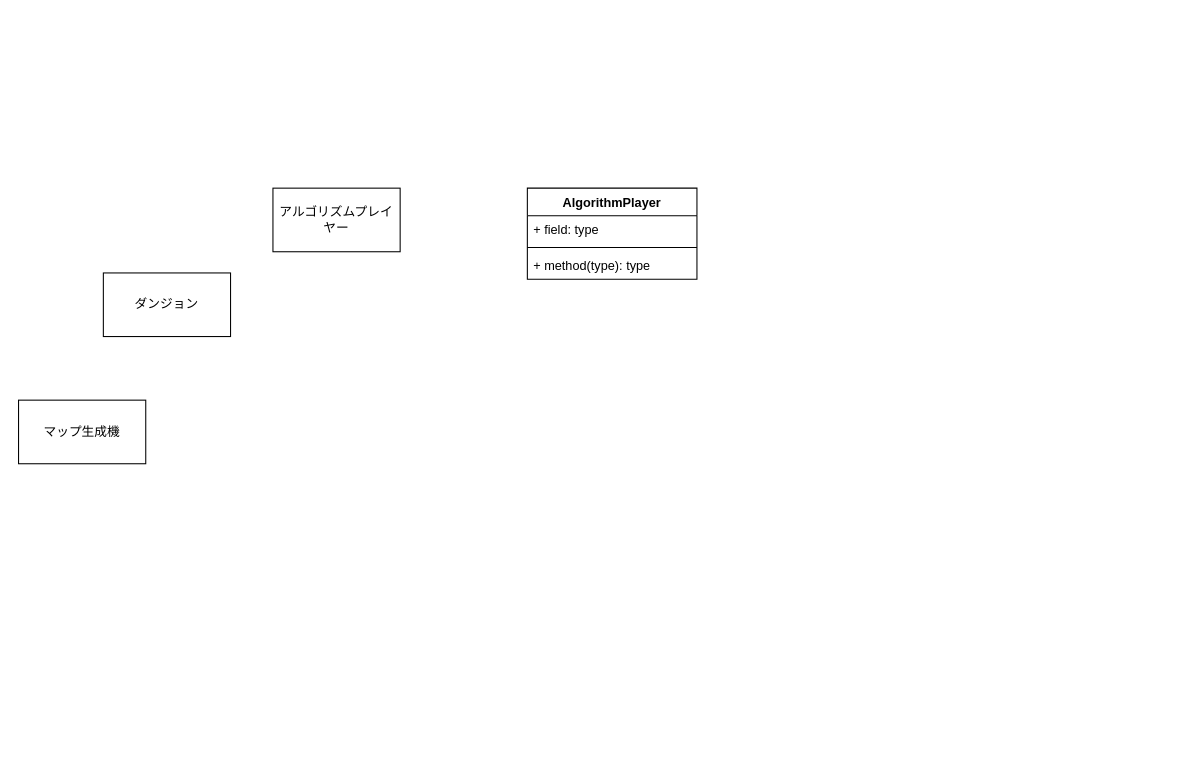
The draw.io diagram doc/アルゴシミュ仕様設計.drawio in 3doriTea/ExploringAlgorithms, before the edit. Source tidied: cells renumbered, new cells numbered last; positions are measured from the earlier drawing's top-left corner, leaving out a move shared by most shapes. Both pictures are drawn from the tidied source at 106%, with x=0, y=0 at pixel (18, 188).
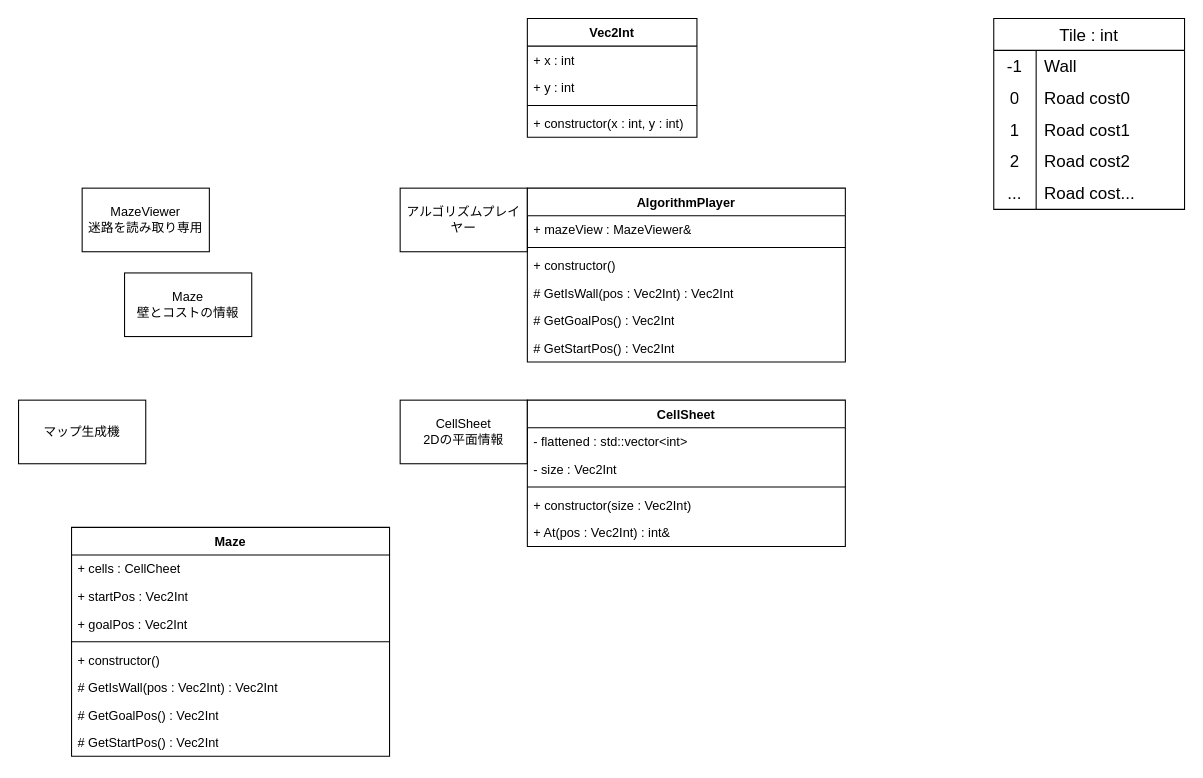
The same diagram, later.

Commit message (it also covers changes not shown here):
アルゴシミュ仕様設計.drawio を更新します

What changed in the source:
```diff
@@
     <mxCell id="2" value="アルゴリズムプレイヤー" style="rounded=0;whiteSpace=wrap;html=1;" parent="1" vertex="1">
-      <mxGeometry x="240" width="120" height="60" as="geometry" />
+      <mxGeometry x="360" width="120" height="60" as="geometry" />
     </mxCell>
     <mxCell id="3" value="AlgorithmPlayer" style="swimlane;fontStyle=1;align=center;verticalAlign=top;horizontal=1;startSize=26;whiteSpace=wrap;html=1;" parent="1" vertex="1">
-      <mxGeometry x="480" width="160" height="86" as="geometry" />
+      <mxGeometry x="480" width="300" height="164" as="geometry" />
     </mxCell>
-    <mxCell id="4" value="+ field: type" style="text;strokeColor=none;fillColor=none;align=left;verticalAlign=top;spacingLeft=4;spacingRight=4;overflow=hidden;whiteSpace=wrap;html=1;" parent="3" vertex="1">
-      <mxGeometry y="26" width="160" height="26" as="geometry" />
+    <mxCell id="4" value="+ mazeView : MazeViewer&amp;amp;" style="text;strokeColor=none;fillColor=none;align=left;verticalAlign=top;spacingLeft=4;spacingRight=4;overflow=hidden;whiteSpace=wrap;html=1;" parent="3" vertex="1">
+      <mxGeometry y="26" width="300" height="26" as="geometry" />
     </mxCell>
     <mxCell id="5" style="line;strokeWidth=1;fillColor=none;align=left;verticalAlign=middle;spacingTop=-1;spacingLeft=3;spacingRight=3;labelPosition=right;strokeColor=inherit;" parent="3" vertex="1">
-      <mxGeometry y="52" width="160" height="8" as="geometry" />
+      <mxGeometry y="52" width="300" height="8" as="geometry" />
     </mxCell>
-    <mxCell id="6" value="+ method(type): type" style="text;strokeColor=none;fillColor=none;align=left;verticalAlign=top;spacingLeft=4;spacingRight=4;overflow=hidden;whiteSpace=wrap;html=1;" parent="3" vertex="1">
-      <mxGeometry y="60" width="160" height="26" as="geometry" />
+    <mxCell id="6" value="+ constructor()" style="text;strokeColor=none;fillColor=none;align=left;verticalAlign=top;spacingLeft=4;spacingRight=4;overflow=hidden;whiteSpace=wrap;html=1;" parent="3" vertex="1">
+      <mxGeometry y="60" width="300" height="26" as="geometry" />
     </mxCell>
+    <mxCell id="9" value="# GetIsWall(pos : Vec2Int) : Vec2Int" style="text;strokeColor=none;fillColor=none;align=left;verticalAlign=top;spacingLeft=4;spacingRight=4;overflow=hidden;whiteSpace=wrap;html=1;" parent="3" vertex="1">
+      <mxGeometry y="86" width="300" height="26" as="geometry" />
+    </mxCell>
+    <mxCell id="10" value="# GetGoalPos() : Vec2Int" style="text;strokeColor=none;fillColor=none;align=left;verticalAlign=top;spacingLeft=4;spacingRight=4;overflow=hidden;whiteSpace=wrap;html=1;" parent="3" vertex="1">
+      <mxGeometry y="112" width="300" height="26" as="geometry" />
+    </mxCell>
+    <mxCell id="11" value="# GetStartPos() : Vec2Int" style="text;strokeColor=none;fillColor=none;align=left;verticalAlign=top;spacingLeft=4;spacingRight=4;overflow=hidden;whiteSpace=wrap;html=1;" parent="3" vertex="1">
+      <mxGeometry y="138" width="300" height="26" as="geometry" />
+    </mxCell>
-    <mxCell id="7" value="ダンジョン" style="rounded=0;whiteSpace=wrap;html=1;" parent="1" vertex="1">
-      <mxGeometry x="80" y="80" width="120" height="60" as="geometry" />
+    <mxCell id="7" value="Maze&lt;div&gt;壁とコストの情報&lt;/div&gt;" style="rounded=0;whiteSpace=wrap;html=1;" parent="1" vertex="1">
+      <mxGeometry x="100" y="80" width="120" height="60" as="geometry" />
     </mxCell>
@@
+    <mxCell id="12" value="MazeViewer&lt;div&gt;迷路を読み取り専用&lt;/div&gt;" style="rounded=0;whiteSpace=wrap;html=1;" parent="1" vertex="1">
+      <mxGeometry x="60" width="120" height="60" as="geometry" />
+    </mxCell>
+    <mxCell id="13" value="CellSheet&lt;div&gt;2Dの平面情報&lt;/div&gt;" style="rounded=0;whiteSpace=wrap;html=1;" parent="1" vertex="1">
+      <mxGeometry x="360" y="200" width="120" height="60" as="geometry" />
+    </mxCell>
+    <mxCell id="14" value="CellSheet" style="swimlane;fontStyle=1;align=center;verticalAlign=top;horizontal=1;startSize=26;whiteSpace=wrap;html=1;" parent="1" vertex="1">
+      <mxGeometry x="480" y="200" width="300" height="138" as="geometry" />
+    </mxCell>
+    <mxCell id="15" value="- flattened : std::vector&amp;lt;int&amp;gt;" style="text;strokeColor=none;fillColor=none;align=left;verticalAlign=top;spacingLeft=4;spacingRight=4;overflow=hidden;whiteSpace=wrap;html=1;" parent="14" vertex="1">
+      <mxGeometry y="26" width="300" height="26" as="geometry" />
+    </mxCell>
+    <mxCell id="16" value="- size : Vec2Int" style="text;strokeColor=none;fillColor=none;align=left;verticalAlign=top;spacingLeft=4;spacingRight=4;overflow=hidden;whiteSpace=wrap;html=1;" parent="14" vertex="1">
+      <mxGeometry y="52" width="300" height="26" as="geometry" />
+    </mxCell>
+    <mxCell id="17" style="line;strokeWidth=1;fillColor=none;align=left;verticalAlign=middle;spacingTop=-1;spacingLeft=3;spacingRight=3;labelPosition=right;strokeColor=inherit;" parent="14" vertex="1">
+      <mxGeometry y="78" width="300" height="8" as="geometry" />
+    </mxCell>
+    <mxCell id="18" value="+ constructor(size : Vec2Int)" style="text;strokeColor=none;fillColor=none;align=left;verticalAlign=top;spacingLeft=4;spacingRight=4;overflow=hidden;whiteSpace=wrap;html=1;" parent="14" vertex="1">
+      <mxGeometry y="86" width="300" height="26" as="geometry" />
+    </mxCell>
+    <mxCell id="19" value="+ At(pos : Vec2Int) : int&amp;amp;" style="text;strokeColor=none;fillColor=none;align=left;verticalAlign=top;spacingLeft=4;spacingRight=4;overflow=hidden;whiteSpace=wrap;html=1;" parent="14" vertex="1">
+      <mxGeometry y="112" width="300" height="26" as="geometry" />
+    </mxCell>
+    <mxCell id="20" value="Vec2Int" style="swimlane;fontStyle=1;align=center;verticalAlign=top;horizontal=1;startSize=26;whiteSpace=wrap;html=1;" parent="1" vertex="1">
+      <mxGeometry x="480" y="-160" width="160" height="112" as="geometry" />
+    </mxCell>
+    <mxCell id="21" value="+ x : int" style="text;strokeColor=none;fillColor=none;align=left;verticalAlign=top;spacingLeft=4;spacingRight=4;overflow=hidden;whiteSpace=wrap;html=1;" parent="20" vertex="1">
+      <mxGeometry y="26" width="160" height="26" as="geometry" />
+    </mxCell>
+    <mxCell id="22" value="+ y : int" style="text;strokeColor=none;fillColor=none;align=left;verticalAlign=top;spacingLeft=4;spacingRight=4;overflow=hidden;whiteSpace=wrap;html=1;" parent="20" vertex="1">
+      <mxGeometry y="52" width="160" height="26" as="geometry" />
+    </mxCell>
+    <mxCell id="23" style="line;strokeWidth=1;fillColor=none;align=left;verticalAlign=middle;spacingTop=-1;spacingLeft=3;spacingRight=3;labelPosition=right;strokeColor=inherit;" parent="20" vertex="1">
+      <mxGeometry y="78" width="160" height="8" as="geometry" />
+    </mxCell>
+    <mxCell id="24" value="+ constructor(x : int, y : int)" style="text;strokeColor=none;fillColor=none;align=left;verticalAlign=top;spacingLeft=4;spacingRight=4;overflow=hidden;whiteSpace=wrap;html=1;" parent="20" vertex="1">
+      <mxGeometry y="86" width="160" height="26" as="geometry" />
+    </mxCell>
+    <mxCell id="25" value="Tile : int" style="shape=table;startSize=30;childLayout=tableLayout;rowLines=0;fontStyle=0;strokeColor=default;fontSize=16;" parent="1" vertex="1">
+      <mxGeometry x="920" y="-160" width="180" height="180" as="geometry" />
+    </mxCell>
+    <mxCell id="26" style="shape=tableRow;horizontal=0;startSize=0;swimlaneHead=0;swimlaneBody=0;top=0;left=0;bottom=0;right=0;fillColor=none;strokeColor=inherit;fontSize=16;" parent="25" vertex="1">
+      <mxGeometry y="30" width="180" height="30" as="geometry" />
+    </mxCell>
+    <mxCell id="27" value="-1" style="shape=partialRectangle;html=1;whiteSpace=wrap;fillColor=none;top=0;left=0;bottom=0;right=0;overflow=hidden;strokeColor=inherit;fontSize=16;" parent="26" vertex="1">
+      <mxGeometry width="40" height="30" as="geometry" />
+    </mxCell>
+    <mxCell id="28" value="Wall" style="shape=partialRectangle;html=1;whiteSpace=wrap;fillColor=none;top=0;left=0;bottom=0;right=0;align=left;spacingLeft=6;overflow=hidden;strokeColor=inherit;fontSize=16;" parent="26" vertex="1">
+      <mxGeometry x="40" width="140" height="30" as="geometry" />
+    </mxCell>
+    <mxCell id="29" style="shape=tableRow;horizontal=0;startSize=0;swimlaneHead=0;swimlaneBody=0;top=0;left=0;bottom=0;right=0;fillColor=none;strokeColor=inherit;fontSize=16;" parent="25" vertex="1">
+      <mxGeometry y="60" width="180" height="30" as="geometry" />
+    </mxCell>
+    <mxCell id="30" value="0" style="shape=partialRectangle;html=1;whiteSpace=wrap;fillColor=none;top=0;left=0;bottom=0;right=0;overflow=hidden;strokeColor=inherit;fontSize=16;" parent="29" vertex="1">
+      <mxGeometry width="40" height="30" as="geometry" />
+    </mxCell>
+    <mxCell id="31" value="Road cost0" style="shape=partialRectangle;html=1;whiteSpace=wrap;fillColor=none;top=0;left=0;bottom=0;right=0;align=left;spacingLeft=6;overflow=hidden;strokeColor=inherit;fontSize=16;" parent="29" vertex="1">
+      <mxGeometry x="40" width="140" height="30" as="geometry" />
+    </mxCell>
+    <mxCell id="32" style="shape=tableRow;horizontal=0;startSize=0;swimlaneHead=0;swimlaneBody=0;top=0;left=0;bottom=0;right=0;fillColor=none;strokeColor=inherit;fontSize=16;" parent="25" vertex="1">
+      <mxGeometry y="90" width="180" height="30" as="geometry" />
+    </mxCell>
+    <mxCell id="33" value="1" style="shape=partialRectangle;html=1;whiteSpace=wrap;fillColor=none;top=0;left=0;bottom=0;right=0;overflow=hidden;strokeColor=inherit;fontSize=16;" parent="32" vertex="1">
+      <mxGeometry width="40" height="30" as="geometry" />
+    </mxCell>
+    <mxCell id="34" value="Road cost1" style="shape=partialRectangle;html=1;whiteSpace=wrap;fillColor=none;top=0;left=0;bottom=0;right=0;align=left;spacingLeft=6;overflow=hidden;strokeColor=inherit;fontSize=16;" parent="32" vertex="1">
+      <mxGeometry x="40" width="140" height="30" as="geometry" />
+    </mxCell>
+    <mxCell id="35" style="shape=tableRow;horizontal=0;startSize=0;swimlaneHead=0;swimlaneBody=0;top=0;left=0;bottom=0;right=0;fillColor=none;strokeColor=inherit;fontSize=16;" parent="25" vertex="1">
+      <mxGeometry y="120" width="180" height="30" as="geometry" />
+    </mxCell>
+    <mxCell id="36" value="2" style="shape=partialRectangle;html=1;whiteSpace=wrap;fillColor=none;top=0;left=0;bottom=0;right=0;overflow=hidden;strokeColor=inherit;fontSize=16;" parent="35" vertex="1">
+      <mxGeometry width="40" height="30" as="geometry" />
+    </mxCell>
+    <mxCell id="37" value="Road cost2" style="shape=partialRectangle;html=1;whiteSpace=wrap;fillColor=none;top=0;left=0;bottom=0;right=0;align=left;spacingLeft=6;overflow=hidden;strokeColor=inherit;fontSize=16;" parent="35" vertex="1">
+      <mxGeometry x="40" width="140" height="30" as="geometry" />
+    </mxCell>
+    <mxCell id="38" style="shape=tableRow;horizontal=0;startSize=0;swimlaneHead=0;swimlaneBody=0;top=0;left=0;bottom=0;right=0;fillColor=none;strokeColor=inherit;fontSize=16;" parent="25" vertex="1">
+      <mxGeometry y="150" width="180" height="30" as="geometry" />
+    </mxCell>
+    <mxCell id="39" value="..." style="shape=partialRectangle;html=1;whiteSpace=wrap;fillColor=none;top=0;left=0;bottom=0;right=0;overflow=hidden;strokeColor=inherit;fontSize=16;" parent="38" vertex="1">
+      <mxGeometry width="40" height="30" as="geometry" />
+    </mxCell>
+    <mxCell id="40" value="Road cost..." style="shape=partialRectangle;html=1;whiteSpace=wrap;fillColor=none;top=0;left=0;bottom=0;right=0;align=left;spacingLeft=6;overflow=hidden;strokeColor=inherit;fontSize=16;" parent="38" vertex="1">
+      <mxGeometry x="40" width="140" height="30" as="geometry" />
+    </mxCell>
+    <mxCell id="41" value="Maze" style="swimlane;fontStyle=1;align=center;verticalAlign=top;horizontal=1;startSize=26;whiteSpace=wrap;html=1;" parent="1" vertex="1">
+      <mxGeometry x="50" y="320" width="300" height="216" as="geometry" />
+    </mxCell>
+    <mxCell id="42" value="+ cells : CellCheet" style="text;strokeColor=none;fillColor=none;align=left;verticalAlign=top;spacingLeft=4;spacingRight=4;overflow=hidden;whiteSpace=wrap;html=1;" parent="41" vertex="1">
+      <mxGeometry y="26" width="300" height="26" as="geometry" />
+    </mxCell>
+    <mxCell id="43" value="+ startPos : Vec2Int" style="text;strokeColor=none;fillColor=none;align=left;verticalAlign=top;spacingLeft=4;spacingRight=4;overflow=hidden;whiteSpace=wrap;html=1;" parent="41" vertex="1">
+      <mxGeometry y="52" width="300" height="26" as="geometry" />
+    </mxCell>
+    <mxCell id="44" value="+ goalPos : Vec2Int" style="text;strokeColor=none;fillColor=none;align=left;verticalAlign=top;spacingLeft=4;spacingRight=4;overflow=hidden;whiteSpace=wrap;html=1;" parent="41" vertex="1">
+      <mxGeometry y="78" width="300" height="26" as="geometry" />
+    </mxCell>
+    <mxCell id="45" style="line;strokeWidth=1;fillColor=none;align=left;verticalAlign=middle;spacingTop=-1;spacingLeft=3;spacingRight=3;labelPosition=right;strokeColor=inherit;" parent="41" vertex="1">
+      <mxGeometry y="104" width="300" height="8" as="geometry" />
+    </mxCell>
+    <mxCell id="46" value="+ constructor()" style="text;strokeColor=none;fillColor=none;align=left;verticalAlign=top;spacingLeft=4;spacingRight=4;overflow=hidden;whiteSpace=wrap;html=1;" parent="41" vertex="1">
+      <mxGeometry y="112" width="300" height="26" as="geometry" />
+    </mxCell>
+    <mxCell id="47" value="# GetIsWall(pos : Vec2Int) : Vec2Int" style="text;strokeColor=none;fillColor=none;align=left;verticalAlign=top;spacingLeft=4;spacingRight=4;overflow=hidden;whiteSpace=wrap;html=1;" parent="41" vertex="1">
+      <mxGeometry y="138" width="300" height="26" as="geometry" />
+    </mxCell>
+    <mxCell id="48" value="# GetGoalPos() : Vec2Int" style="text;strokeColor=none;fillColor=none;align=left;verticalAlign=top;spacingLeft=4;spacingRight=4;overflow=hidden;whiteSpace=wrap;html=1;" parent="41" vertex="1">
+      <mxGeometry y="164" width="300" height="26" as="geometry" />
+    </mxCell>
+    <mxCell id="49" value="# GetStartPos() : Vec2Int" style="text;strokeColor=none;fillColor=none;align=left;verticalAlign=top;spacingLeft=4;spacingRight=4;overflow=hidden;whiteSpace=wrap;html=1;" parent="41" vertex="1">
+      <mxGeometry y="190" width="300" height="26" as="geometry" />
+    </mxCell>
```
